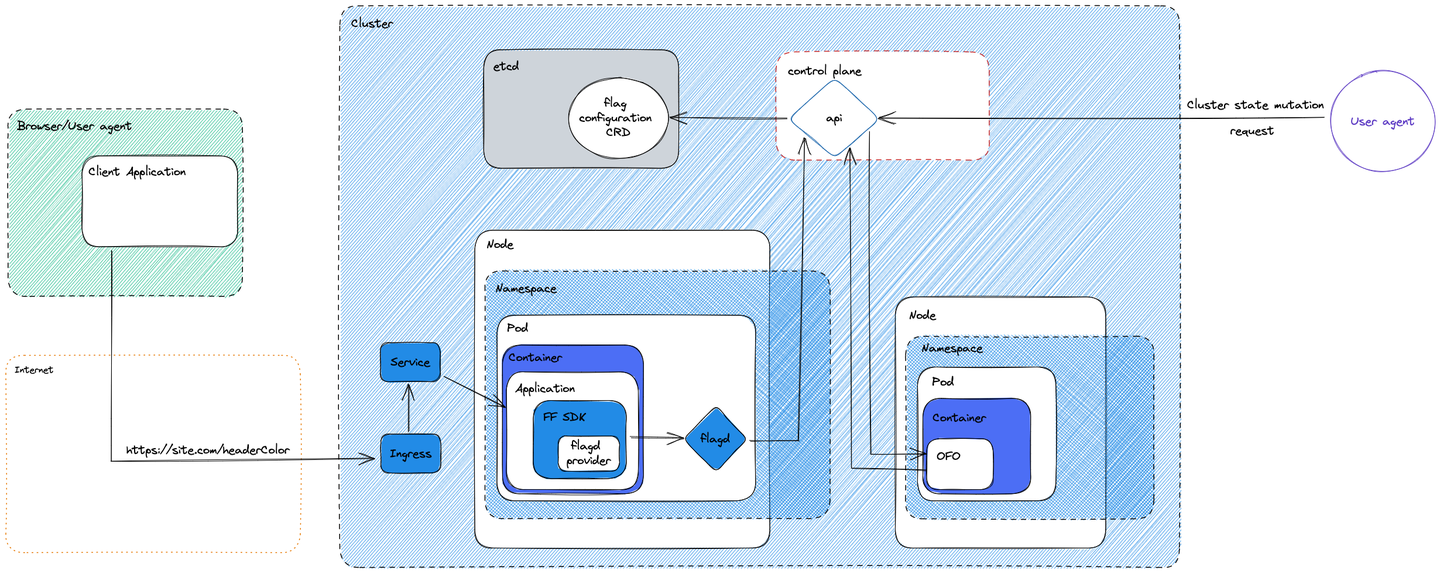
Above: images/ofo_threat_model.png in open-feature/open-feature-operator (Excalidraw), before the change. Source tidied: one line per element, renumbered; positions are measured from the earlier drawing's top-left corner, leaving out a move shared by most shapes.
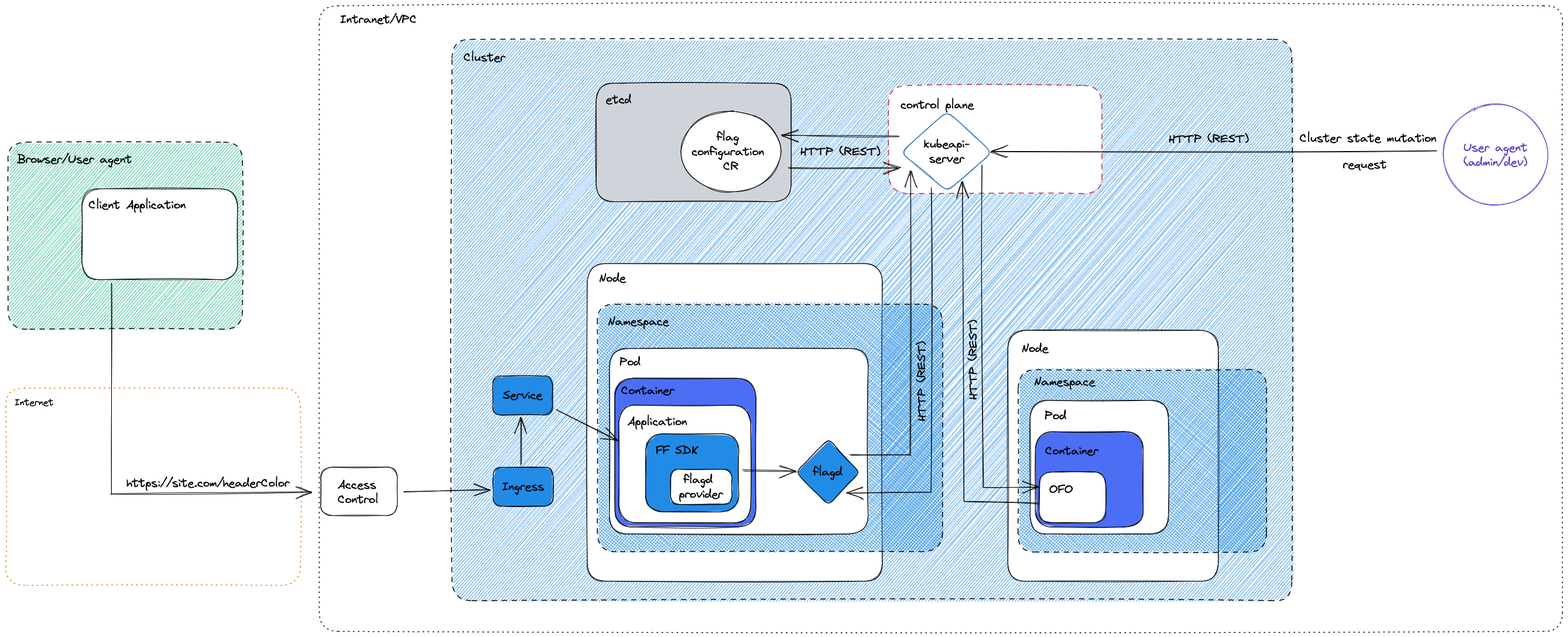
Later version of the same file.

Commit message:
assets & controls

The edit, as a diff of the source:
```diff
@@ -1,8 +1,9 @@
+{"id": 60, "type": "rectangle", "strokeColor": "#000000", "backgroundColor": "#fff", "fillStyle": "solid", "strokeWidth": 1, "strokeStyle": "dotted", "roughness": 1, "round": true, "x": 343, "y": -57, "width": 2123, "height": 1068}
-{"id": 0, "type": "rectangle", "strokeColor": "#000000", "backgroundColor": "#228be6", "fillStyle": "hachure", "strokeWidth": 1, "strokeStyle": "dashed", "roughness": 1, "round": true, "x": 571, "y": 0, "width": 1434, "height": 959}
+{"id": 0, "type": "rectangle", "strokeColor": "#000000", "backgroundColor": "#228be6", "fillStyle": "hachure", "strokeWidth": 1, "strokeStyle": "dashed", "roughness": 1, "round": true, "x": 570, "y": 0, "width": 1434, "height": 959}
 {"id": 1, "type": "rectangle", "strokeColor": "#000000", "backgroundColor": "#fff", "fillStyle": "solid", "strokeWidth": 1, "roughness": 1, "round": true, "x": 801, "y": 383, "width": 504, "height": 542}
-{"id": 2, "type": "rectangle", "strokeColor": "#000000", "backgroundColor": "#228be6", "fillStyle": "cross-hatch", "strokeWidth": 1, "strokeStyle": "dashed", "roughness": 1, "round": true, "x": 819, "y": 453, "width": 589, "height": 423}
+{"id": 2, "type": "rectangle", "strokeColor": "#000000", "backgroundColor": "#228be6", "fillStyle": "cross-hatch", "strokeWidth": 1, "strokeStyle": "dashed", "roughness": 1, "round": true, "x": 819, "y": 452, "width": 589, "height": 423}
 {"id": 3, "type": "rectangle", "strokeColor": "#000000", "backgroundColor": "#fff", "fillStyle": "solid", "strokeWidth": 1, "roughness": 1, "round": true, "x": 839, "y": 528, "width": 442, "height": 317}
-{"id": 4, "type": "rectangle", "strokeColor": "#c92a2a", "backgroundColor": "#fff", "fillStyle": "solid", "strokeWidth": 1, "strokeStyle": "dashed", "roughness": 1, "round": true, "x": 1315, "y": 79, "width": 365, "height": 185}
+{"id": 4, "type": "rectangle", "strokeColor": "#c92a2a", "backgroundColor": "#fff", "fillStyle": "solid", "strokeWidth": 1, "strokeStyle": "dashed", "roughness": 1, "round": true, "x": 1316, "y": 79, "width": 365, "height": 185}
 {"id": 5, "type": "diamond", "strokeColor": "#000000", "backgroundColor": "#228be6", "fillStyle": "solid", "strokeWidth": 1, "roughness": 1, "round": true, "x": 1158, "y": 683, "width": 108, "height": 113}
 {"id": 6, "type": "text", "text": "flagd", "strokeColor": "#000000", "strokeWidth": 1, "roughness": 1, "fontSize": 20, "fontFamily": 1, "textAlign": "center", "verticalAlign": "middle", "inside": 5, "x": 1186, "y": 727, "width": 51, "height": 25}
 {"id": 7, "type": "text", "text": "Pod", "strokeColor": "#000000", "strokeWidth": 1, "roughness": 1, "fontSize": 20, "fontFamily": 1, "x": 856, "y": 538, "width": 37, "height": 25}
@@ -13,14 +14,14 @@
 {"id": 12, "type": "text", "text": "Service", "strokeColor": "#000000", "backgroundColor": "#228be6", "fillStyle": "solid", "strokeWidth": 1, "roughness": 1, "fontSize": 20, "fontFamily": 1, "textAlign": "center", "verticalAlign": "middle", "inside": 11, "x": 657, "y": 596, "width": 69, "height": 25}
 {"id": 13, "type": "rectangle", "strokeColor": "#000000", "backgroundColor": "#228be6", "fillStyle": "solid", "strokeWidth": 1, "roughness": 1, "round": true, "x": 641, "y": 731, "width": 102, "height": 66}
 {"id": 14, "type": "text", "text": "Ingress", "strokeColor": "#000000", "backgroundColor": "#228be6", "fillStyle": "solid", "strokeWidth": 1, "roughness": 1, "fontSize": 20, "fontFamily": 1, "textAlign": "center", "verticalAlign": "middle", "inside": 13, "x": 655, "y": 752, "width": 73, "height": 25}
-{"id": 15, "type": "rectangle", "strokeColor": "#000000", "backgroundColor": "#12b886", "fillStyle": "hachure", "strokeWidth": 1, "strokeStyle": "dashed", "roughness": 1, "round": true, "x": 4, "y": 176, "width": 400, "height": 320}
+{"id": 15, "type": "rectangle", "strokeColor": "#000000", "backgroundColor": "#12b886", "fillStyle": "hachure", "strokeWidth": 1, "strokeStyle": "dashed", "roughness": 1, "round": true, "x": -188, "y": 175, "width": 400, "height": 320}
-{"id": 16, "type": "rectangle", "strokeColor": "#000000", "backgroundColor": "#fff", "fillStyle": "solid", "strokeWidth": 1, "roughness": 1, "round": true, "x": 130, "y": 256, "width": 266, "height": 155}
+{"id": 16, "type": "rectangle", "strokeColor": "#000000", "backgroundColor": "#fff", "fillStyle": "solid", "strokeWidth": 1, "roughness": 1, "round": true, "x": -62, "y": 255, "width": 266, "height": 155}
-{"id": 17, "type": "text", "text": "Client Application", "strokeColor": "#000000", "backgroundColor": "#fff", "fillStyle": "solid", "strokeWidth": 1, "roughness": 1, "fontSize": 20, "fontFamily": 1, "x": 141, "y": 271, "width": 167, "height": 25}
+{"id": 17, "type": "text", "text": "Client Application", "strokeColor": "#000000", "backgroundColor": "#fff", "fillStyle": "solid", "strokeWidth": 1, "roughness": 1, "fontSize": 20, "fontFamily": 1, "x": -50, "y": 270, "width": 167, "height": 25}
-{"id": 18, "type": "text", "text": "Browser/User agent", "strokeColor": "#000000", "backgroundColor": "#12b886", "fillStyle": "hachure", "strokeWidth": 1, "strokeStyle": "dashed", "roughness": 1, "fontSize": 20, "fontFamily": 1, "x": 19, "y": 193, "width": 197, "height": 25}
+{"id": 18, "type": "text", "text": "Browser/User agent", "strokeColor": "#000000", "backgroundColor": "#12b886", "fillStyle": "hachure", "strokeWidth": 1, "strokeStyle": "dashed", "roughness": 1, "fontSize": 20, "fontFamily": 1, "x": -173, "y": 192, "width": 197, "height": 25}
-{"id": 19, "type": "rectangle", "strokeColor": "#e67700", "strokeWidth": 1, "strokeStyle": "dotted", "roughness": 1, "round": true, "x": 0, "y": 597, "width": 503, "height": 337}
+{"id": 19, "type": "rectangle", "strokeColor": "#e67700", "strokeWidth": 1, "strokeStyle": "dotted", "roughness": 1, "round": true, "x": -192, "y": 596, "width": 503, "height": 337}
-{"id": 20, "type": "text", "text": "Internet", "strokeColor": "#000000", "backgroundColor": "#fa5252", "fillStyle": "cross-hatch", "strokeWidth": 1, "strokeStyle": "dotted", "roughness": 1, "fontSize": 16.01, "fontFamily": 1, "x": 15, "y": 612, "width": 67, "height": 20}
+{"id": 20, "type": "text", "text": "Internet", "strokeColor": "#000000", "backgroundColor": "#fa5252", "fillStyle": "cross-hatch", "strokeWidth": 1, "strokeStyle": "dotted", "roughness": 1, "fontSize": 16.01, "fontFamily": 1, "x": -176, "y": 611, "width": 67, "height": 20}
 {"id": 21, "type": "arrow", "strokeColor": "#000000", "backgroundColor": "#fd7e14", "fillStyle": "cross-hatch", "strokeWidth": 1, "roughness": 1, "endArrowhead": "arrow", "round": true, "from": 13, "to": 11, "x": 689, "y": 726, "width": 0, "height": 81, "points": [[0, 0], [0, -81]]}
-{"id": 22, "type": "text", "text": "https://site.com/headerColor", "strokeColor": "#000000", "strokeWidth": 1, "roughness": 1, "fontSize": 20, "fontFamily": 1, "x": 206, "y": 746, "width": 280, "height": 25}
+{"id": 22, "type": "text", "text": "https://site.com/headerColor", "strokeColor": "#000000", "strokeWidth": 1, "roughness": 1, "fontSize": 20, "fontFamily": 1, "x": 14, "y": 746, "width": 280, "height": 25}
 {"id": 23, "type": "rectangle", "strokeColor": "#000000", "backgroundColor": "#4c6ef5", "fillStyle": "solid", "strokeWidth": 1, "roughness": 1, "round": true, "x": 848, "y": 579, "width": 241, "height": 254}
 {"id": 24, "type": "text", "text": "Container", "strokeColor": "#000000", "strokeWidth": 1, "roughness": 1, "fontSize": 20, "fontFamily": 1, "x": 859, "y": 588, "width": 92, "height": 25}
 {"id": 25, "type": "rectangle", "strokeColor": "#000000", "backgroundColor": "#fff", "fillStyle": "solid", "strokeWidth": 1, "roughness": 1, "round": true, "x": 855, "y": 625, "width": 225, "height": 201}
@@ -31,14 +32,14 @@
 {"id": 30, "type": "text", "text": "flagd \nprovider", "strokeColor": "#000000", "backgroundColor": "#fff", "fillStyle": "solid", "strokeWidth": 1, "roughness": 1, "fontSize": 20, "fontFamily": 1, "textAlign": "center", "verticalAlign": "middle", "inside": 29, "x": 958, "y": 739, "width": 76, "height": 50}
 {"id": 31, "type": "arrow", "strokeColor": "#000000", "backgroundColor": "#fff", "fillStyle": "solid", "strokeWidth": 1, "roughness": 1, "endArrowhead": "arrow", "round": true, "from": 27, "to": 5, "x": 1066, "y": 736, "width": 92, "height": 2, "points": [[0, 0], [92, 2]]}
 {"id": 32, "type": "arrow", "strokeColor": "#000000", "backgroundColor": "#fff", "fillStyle": "solid", "strokeWidth": 1, "roughness": 1, "endArrowhead": "arrow", "round": true, "from": 11, "to": 25, "x": 750, "y": 633, "width": 104, "height": 52, "points": [[0, 0], [104, 52]]}
-{"id": 33, "type": "arrow", "strokeColor": "#000000", "backgroundColor": "#fff", "fillStyle": "solid", "strokeWidth": 1, "roughness": 1, "endArrowhead": "arrow", "from": 16, "to": 13, "x": 180, "y": 417, "width": 450, "height": 360, "points": [[0, 0], [0, 360], [449, 355]]}
+{"id": 33, "type": "arrow", "strokeColor": "#000000", "backgroundColor": "#fff", "fillStyle": "solid", "strokeWidth": 1, "roughness": 1, "endArrowhead": "arrow", "from": 16, "to": 61, "x": -12, "y": 416, "width": 342, "height": 360, "points": [[0, 0], [0, 360], [342, 357]]}
 {"id": 34, "type": "rectangle", "strokeColor": "#000000", "backgroundColor": "#ced4da", "fillStyle": "solid", "strokeWidth": 1, "roughness": 1, "round": true, "x": 816, "y": 75, "width": 333, "height": 202}
 {"id": 35, "type": "text", "text": "etcd", "strokeColor": "#000000", "backgroundColor": "#fff", "fillStyle": "solid", "strokeWidth": 1, "roughness": 1, "fontSize": 20, "fontFamily": 1, "x": 833, "y": 91, "width": 45, "height": 25}
 {"id": 36, "type": "ellipse", "strokeColor": "#000000", "backgroundColor": "#fff", "fillStyle": "solid", "strokeWidth": 1, "roughness": 1, "round": true, "x": 961, "y": 123, "width": 170, "height": 138}
-{"id": 37, "type": "text", "text": "flag \nconfiguration \nCRD", "strokeColor": "#000000", "backgroundColor": "#fff", "fillStyle": "solid", "strokeWidth": 1, "roughness": 1, "fontSize": 20, "fontFamily": 1, "textAlign": "center", "verticalAlign": "middle", "inside": 36, "x": 979, "y": 154, "width": 135, "height": 75}
+{"id": 37, "type": "text", "text": "flag \nconfiguration \nCR", "strokeColor": "#000000", "backgroundColor": "#fff", "fillStyle": "solid", "strokeWidth": 1, "roughness": 1, "fontSize": 20, "fontFamily": 1, "textAlign": "center", "verticalAlign": "middle", "inside": 36, "x": 979, "y": 154, "width": 135, "height": 75}
-{"id": 38, "type": "text", "text": "control plane", "strokeColor": "#000000", "backgroundColor": "#fff", "fillStyle": "solid", "strokeWidth": 1, "roughness": 1, "fontSize": 20, "fontFamily": 1, "x": 1336, "y": 99, "width": 126, "height": 25}
+{"id": 38, "type": "text", "text": "control plane", "strokeColor": "#000000", "backgroundColor": "#fff", "fillStyle": "solid", "strokeWidth": 1, "roughness": 1, "fontSize": 20, "fontFamily": 1, "x": 1336, "y": 100, "width": 126, "height": 25}
 {"id": 39, "type": "diamond", "strokeColor": "#1864ab", "backgroundColor": "#fff", "fillStyle": "solid", "strokeWidth": 1, "roughness": 1, "round": true, "x": 1338, "y": 122, "width": 155, "height": 138}
-{"id": 40, "type": "text", "text": "api", "strokeColor": "#000000", "backgroundColor": "#fff", "fillStyle": "solid", "strokeWidth": 1, "roughness": 1, "fontSize": 20, "fontFamily": 1, "textAlign": "center", "verticalAlign": "middle", "inside": 39, "x": 1401, "y": 179, "width": 29, "height": 25}
+{"id": 40, "type": "text", "text": "kubeapi-\nserver", "strokeColor": "#000000", "backgroundColor": "#fff", "fillStyle": "solid", "strokeWidth": 1, "roughness": 1, "fontSize": 20, "fontFamily": 1, "textAlign": "center", "verticalAlign": "middle", "inside": 39, "x": 1376, "y": 166, "width": 79, "height": 50}
 {"id": 41, "type": "rectangle", "strokeColor": "#000000", "backgroundColor": "#fff", "fillStyle": "solid", "strokeWidth": 1, "roughness": 1, "round": true, "x": 1519, "y": 497, "width": 360, "height": 429}
 {"id": 42, "type": "rectangle", "strokeColor": "#000000", "backgroundColor": "#228be6", "fillStyle": "cross-hatch", "strokeWidth": 1, "strokeStyle": "dashed", "roughness": 1, "round": true, "x": 1537, "y": 564, "width": 424, "height": 311}
 {"id": 43, "type": "rectangle", "strokeColor": "#000000", "backgroundColor": "#fff", "fillStyle": "solid", "strokeWidth": 1, "roughness": 1, "round": true, "x": 1557, "y": 616, "width": 236, "height": 228}
@@ -49,12 +50,22 @@
 {"id": 48, "type": "text", "text": "Container", "strokeColor": "#000000", "strokeWidth": 1, "roughness": 1, "fontSize": 20, "fontFamily": 1, "x": 1583, "y": 691, "width": 92, "height": 25}
 {"id": 49, "type": "rectangle", "strokeColor": "#000000", "backgroundColor": "#fff", "fillStyle": "solid", "strokeWidth": 1, "roughness": 1, "round": true, "x": 1573, "y": 739, "width": 114, "height": 87}
 {"id": 50, "type": "text", "text": "OFO", "strokeColor": "#000000", "backgroundColor": "#fff", "fillStyle": "solid", "strokeWidth": 1, "roughness": 1, "fontSize": 20, "fontFamily": 1, "x": 1590, "y": 757, "width": 42, "height": 25}
-{"id": 51, "type": "arrow", "strokeColor": "#000000", "backgroundColor": "#fff", "fillStyle": "solid", "strokeWidth": 1, "roughness": 1, "endArrowhead": "arrow", "from": 5, "to": 39, "x": 1270, "y": 742, "width": 94, "height": 517, "points": [[0, 0], [84, 0], [94, -517]]}
+{"id": 51, "type": "arrow", "strokeColor": "#000000", "backgroundColor": "#fff", "fillStyle": "solid", "strokeWidth": 1, "roughness": 1, "endArrowhead": "arrow", "from": 5, "to": 39, "x": 1249, "y": 709, "width": 104, "height": 485, "points": [[0, 0], [104, 0], [104, -485]]}
 {"id": 52, "type": "arrow", "strokeColor": "#000000", "backgroundColor": "#fff", "fillStyle": "solid", "strokeWidth": 1, "roughness": 1, "endArrowhead": "arrow", "from": 49, "to": 39, "x": 1572, "y": 792, "width": 130, "height": 550, "points": [[0, 0], [-127, -3], [-130, -550]]}
-{"id": 53, "type": "arrow", "strokeColor": "#000000", "backgroundColor": "#fff", "fillStyle": "solid", "strokeWidth": 1, "roughness": 1, "endArrowhead": "arrow", "from": 39, "to": 36, "x": 1334, "y": 191, "width": 200, "height": 1, "points": [[0, 0], [-200, -1]]}
+{"id": 53, "type": "arrow", "strokeColor": "#000000", "backgroundColor": "#fff", "fillStyle": "solid", "strokeWidth": 1, "roughness": 1, "endArrowhead": "arrow", "from": 39, "to": 36, "x": 1333, "y": 165, "width": 200, "height": 1, "points": [[0, 0], [-200, -1]]}
 {"id": 54, "type": "ellipse", "strokeColor": "#5f3dc4", "backgroundColor": "#fff", "fillStyle": "solid", "strokeWidth": 1, "roughness": 1, "x": 2263, "y": 111, "width": 178, "height": 172}
-{"id": 55, "type": "text", "text": "User agent", "strokeColor": "#5f3dc4", "backgroundColor": "#fff", "fillStyle": "solid", "strokeWidth": 1, "roughness": 1, "fontSize": 20, "fontFamily": 1, "textAlign": "center", "verticalAlign": "middle", "inside": 54, "x": 2297, "y": 185, "width": 111, "height": 25}
+{"id": 55, "type": "text", "text": "User agent\n(admin/dev)", "strokeColor": "#5f3dc4", "backgroundColor": "#fff", "fillStyle": "solid", "strokeWidth": 1, "roughness": 1, "fontSize": 20, "fontFamily": 1, "textAlign": "center", "verticalAlign": "middle", "inside": 54, "x": 2297, "y": 172, "width": 111, "height": 50}
-{"id": 56, "type": "arrow", "strokeColor": "#000000", "backgroundColor": "#fff", "fillStyle": "solid", "strokeWidth": 1, "roughness": 1, "endArrowhead": "arrow", "from": 54, "x": 2252, "y": 191, "width": 761, "height": 1, "points": [[0, 0], [-761, 1]]}
+{"id": 56, "type": "arrow", "strokeColor": "#000000", "backgroundColor": "#fff", "fillStyle": "solid", "strokeWidth": 1, "roughness": 1, "endArrowhead": "arrow", "from": 57, "x": 2252, "y": 191, "width": 761, "height": 1, "points": [[0, 0], [-761, 1]]}
 {"id": 57, "type": "text", "text": "Cluster state mutation", "strokeColor": "#000000", "backgroundColor": "#fff", "fillStyle": "solid", "strokeWidth": 1, "roughness": 1, "fontSize": 20, "fontFamily": 1, "x": 2018, "y": 157, "width": 235, "height": 25}
 {"id": 58, "type": "text", "text": "request", "strokeColor": "#000000", "backgroundColor": "#fff", "fillStyle": "solid", "strokeWidth": 1, "roughness": 1, "fontSize": 20, "fontFamily": 1, "x": 2092, "y": 201, "width": 76, "height": 25}
 {"id": 59, "type": "arrow", "strokeColor": "#000000", "backgroundColor": "#fff", "fillStyle": "solid", "strokeWidth": 1, "roughness": 1, "endArrowhead": "arrow", "from": 39, "to": 49, "x": 1475, "y": 214, "width": 98, "height": 551, "points": [[0, 0], [3, 551], [98, 550]]}
+{"id": 61, "type": "rectangle", "strokeColor": "#000000", "backgroundColor": "#fff", "fillStyle": "solid", "strokeWidth": 1, "roughness": 1, "round": true, "x": 346, "y": 731, "width": 131, "height": 83}
+{"id": 62, "type": "text", "text": "Access\nControl", "strokeColor": "#000000", "backgroundColor": "#fff", "fillStyle": "solid", "strokeWidth": 1, "strokeStyle": "dotted", "roughness": 1, "fontSize": 20, "fontFamily": 1, "x": 375, "y": 748, "width": 71, "height": 50}
+{"id": 63, "type": "arrow", "strokeColor": "#000000", "backgroundColor": "#fff", "fillStyle": "solid", "strokeWidth": 1, "roughness": 1, "endArrowhead": "arrow", "round": true, "from": 61, "to": 13, "x": 488, "y": 773, "width": 147, "height": 3, "points": [[0, 0], [147, -3]]}
+{"id": 64, "type": "text", "text": "Intranet/VPC", "strokeColor": "#000000", "backgroundColor": "#fff", "fillStyle": "solid", "strokeWidth": 1, "roughness": 1, "fontSize": 20, "fontFamily": 1, "x": 379, "y": -46, "width": 133, "height": 25}
+{"id": 65, "type": "arrow", "strokeColor": "#000000", "backgroundColor": "#fff", "fillStyle": "solid", "strokeWidth": 1, "roughness": 1, "endArrowhead": "arrow", "from": 39, "to": 5, "x": 1389, "y": 253, "width": 145, "height": 523, "points": [[0, 0], [0, 521], [-145, 523]]}
+{"id": 66, "type": "text", "text": "HTTP (REST)", "strokeColor": "#000000", "angle": 4.71, "backgroundColor": "#fff", "fillStyle": "solid", "strokeWidth": 1, "roughness": 1, "fontSize": 20, "fontFamily": 1, "x": 1392, "y": 534, "width": 138, "height": 25}
+{"id": 67, "type": "text", "text": "HTTP (REST)", "strokeColor": "#000000", "angle": 4.71, "backgroundColor": "#fff", "fillStyle": "solid", "strokeWidth": 1, "roughness": 1, "fontSize": 20, "fontFamily": 1, "x": 1304, "y": 571, "width": 138, "height": 25}
+{"id": 68, "type": "arrow", "strokeColor": "#000000", "backgroundColor": "#fff", "fillStyle": "solid", "strokeWidth": 1, "roughness": 1, "endArrowhead": "arrow", "from": 36, "to": 39, "x": 1145, "y": 220, "width": 191, "height": 0, "points": [[0, 0], [191, 0]]}
+{"id": 69, "type": "text", "text": "HTTP (REST)", "strokeColor": "#000000", "angle": 0.0, "backgroundColor": "#fff", "fillStyle": "solid", "strokeWidth": 1, "roughness": 1, "fontSize": 20, "fontFamily": 1, "x": 1165, "y": 180, "width": 138, "height": 25}
+{"id": 70, "type": "text", "text": "HTTP (REST)", "strokeColor": "#000000", "angle": 6.28, "backgroundColor": "#fff", "fillStyle": "solid", "strokeWidth": 1, "roughness": 1, "fontSize": 20, "fontFamily": 1, "x": 1794, "y": 158, "width": 138, "height": 25}
```
